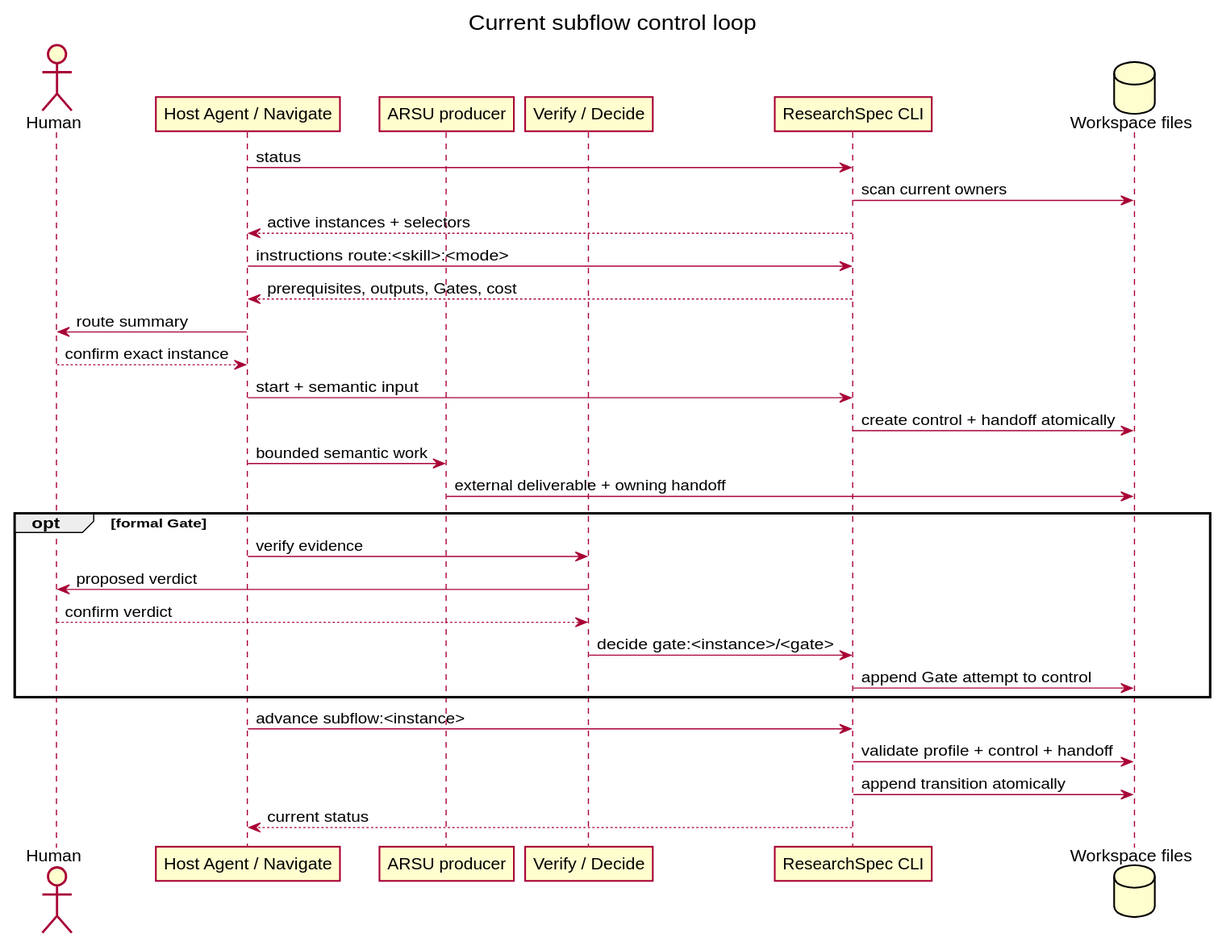
Earlier version of the PlantUML export docs/researchspec_arsu_runtime/diagrams/rendered/runtime-control-loop.svg (leike0813/ResearchSpec). Its source is kept beside it as docs/researchspec_arsu_runtime/diagrams/src/runtime-control-loop.puml.
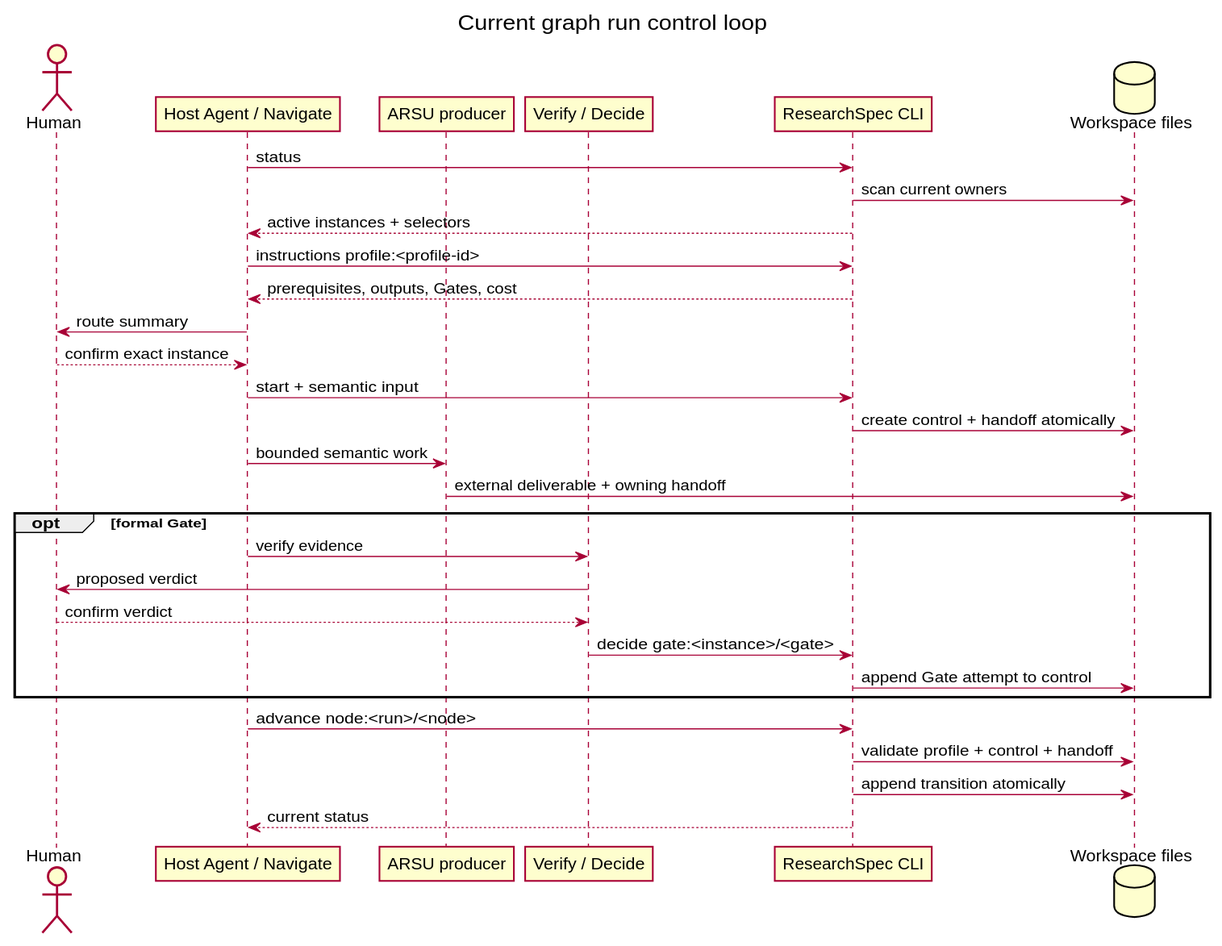
The same diagram one commit later.

Change to the diagram source:
```diff
@@ -1,5 +1,5 @@
 @startuml
-title Current subflow control loop
+title Current graph run control loop
 skinparam shadowing false
 actor Human
 participant "Host Agent / Navigate" as Agent
@@ -10,7 +10,7 @@
 Agent -> CLI : status
 CLI -> Files : scan current owners
 CLI --> Agent : active instances + selectors
-Agent -> CLI : instructions route:<skill>:<mode>
+Agent -> CLI : instructions profile:<profile-id>
 CLI --> Agent : prerequisites, outputs, Gates, cost
 Agent -> Human : route summary
 Human --> Agent : confirm exact instance
@@ -25,7 +25,7 @@
   Companion -> CLI : decide gate:<instance>/<gate>
   CLI -> Files : append Gate attempt to control
 end
-Agent -> CLI : advance subflow:<instance>
+Agent -> CLI : advance node:<run>/<node>
 CLI -> Files : validate profile + control + handoff
 CLI -> Files : append transition atomically
 CLI --> Agent : current status
```
